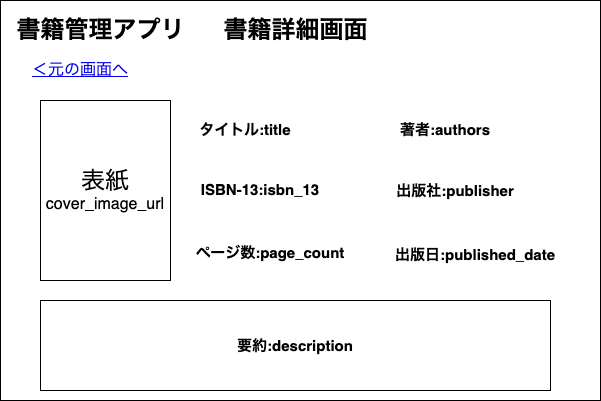
Earlier version of the draw.io export img/BookDetailsScreen.drawio.png (2023AIT-OOP2-G08/GroupWork). Source tidied: cells renumbered, new cells last; positions are measured from the earlier drawing's top-left corner, leaving out a move shared by most shapes.
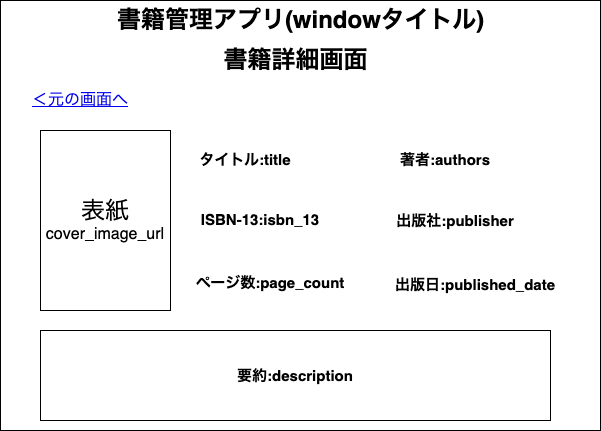
Later version of the same file.

The edit, as a diff of the source:
```diff
@@ -3,13 +3,13 @@
     <mxCell id="0" />
     <mxCell id="1" parent="0" />
     <mxCell id="2" style="rounded=0;whiteSpace=wrap;html=1;" parent="1" vertex="1">
-      <mxGeometry width="600" height="400" as="geometry" />
+      <mxGeometry y="-30" width="600" height="430" as="geometry" />
     </mxCell>
     <mxCell id="3" value="書籍詳細画面" style="text;strokeColor=none;fillColor=none;html=1;fontSize=24;fontStyle=1;verticalAlign=middle;align=center;" parent="1" vertex="1">
       <mxGeometry x="245" y="10" width="100" height="40" as="geometry" />
     </mxCell>
-    <mxCell id="4" value="書籍管理アプリ" style="text;strokeColor=none;fillColor=none;html=1;fontSize=24;fontStyle=1;verticalAlign=middle;align=center;" parent="1" vertex="1">
-      <mxGeometry x="50" y="10" width="100" height="40" as="geometry" />
+    <mxCell id="4" value="書籍管理アプリ(windowタイトル)" style="text;strokeColor=none;fillColor=none;html=1;fontSize=24;fontStyle=1;verticalAlign=middle;align=center;" parent="1" vertex="1">
+      <mxGeometry x="250" y="-30" width="100" height="40" as="geometry" />
     </mxCell>
     <mxCell id="5" value="&lt;font style=&quot;font-size: 24px;&quot;&gt;表紙&lt;/font&gt;&lt;font style=&quot;font-size: 16px;&quot;&gt;cover_image_url&lt;/font&gt;" style="rounded=0;whiteSpace=wrap;html=1;" parent="1" vertex="1">
       <mxGeometry x="40" y="100" width="130" height="180" as="geometry" />
```
